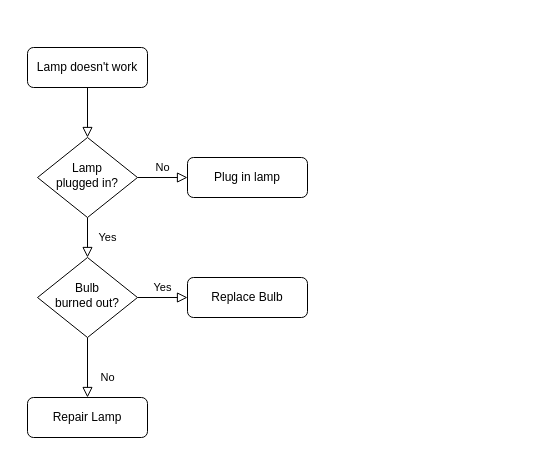
Before: Unbenanntes Diagramm.drawio in birrei/lernen, a draw.io diagram. Source tidied: cells renumbered, new cells numbered last; positions are measured from the earlier drawing's top-left corner, leaving out a move shared by most shapes. Both pictures are drawn from the tidied source at 100%, with x=0, y=0 at pixel (27, 47).
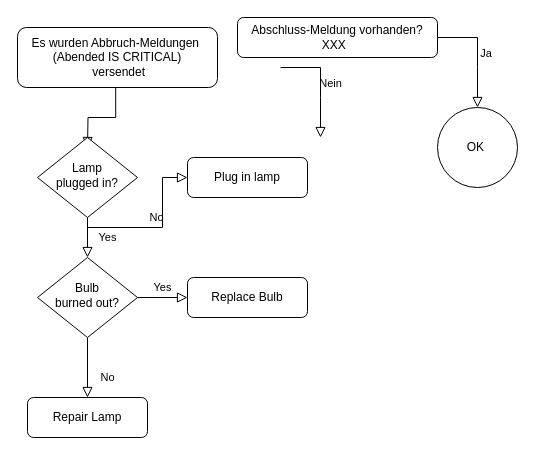
The same diagram, later.

Unchanged cells that the change refers to:
```xml
<mxCell id="6" value="Lamp&lt;br&gt;plugged in?" style="rhombus;whiteSpace=wrap;html=1;shadow=0;fontFamily=Helvetica;fontSize=12;align=center;strokeWidth=1;spacing=6;spacingTop=-4;" parent="1" vertex="1">
  <mxGeometry x="10" y="90" width="100" height="80" as="geometry" />
</mxCell>
<mxCell id="7" value="Plug in lamp" style="rounded=1;whiteSpace=wrap;html=1;fontSize=12;glass=0;strokeWidth=1;shadow=0;" parent="1" vertex="1">
  <mxGeometry x="160" y="110" width="120" height="40" as="geometry" />
</mxCell>
```

The edit, as a diff of the source:
```diff
@@
-    <mxCell id="2" style="rounded=0;html=1;jettySize=auto;fontSize=11;endArrow=block;endFill=0;endSize=8;strokeWidth=1;shadow=0;labelBackgroundColor=none;edgeStyle=orthogonalEdgeStyle;" parent="1" edge="1" source="3" target="6">
-      <mxGeometry relative="1" as="geometry" />
+    <mxCell id="2" style="rounded=0;html=1;jettySize=auto;fontSize=11;endArrow=block;endFill=0;endSize=8;strokeWidth=1;shadow=0;labelBackgroundColor=none;edgeStyle=orthogonalEdgeStyle;exitX=0.491;exitY=0.931;exitDx=0;exitDy=0;exitPerimeter=0;" parent="1" edge="1" source="3">
+      <mxGeometry relative="1" as="geometry">
+        <mxPoint x="60" y="100" as="targetPoint" />
+      </mxGeometry>
     </mxCell>
-    <mxCell id="3" value="Lamp doesn't work" style="rounded=1;whiteSpace=wrap;html=1;fontSize=12;glass=0;strokeWidth=1;shadow=0;" parent="1" vertex="1">
-      <mxGeometry width="120" height="40" as="geometry" />
+    <mxCell id="3" value="Es wurden Abbruch-Meldungen&amp;nbsp; (Abended IS CRITICAL)&lt;br&gt;&amp;nbsp;versendet" style="rounded=1;whiteSpace=wrap;html=1;fontSize=12;glass=0;strokeWidth=1;shadow=0;" parent="1" vertex="1">
+      <mxGeometry x="-10" y="-20" width="200" height="60" as="geometry" />
     </mxCell>
@@
     <mxCell id="5" value="No" style="edgeStyle=orthogonalEdgeStyle;rounded=0;html=1;jettySize=auto;fontSize=11;endArrow=block;endFill=0;endSize=8;strokeWidth=1;shadow=0;labelBackgroundColor=none;" parent="1" edge="1" source="6" target="7">
-      <mxGeometry y="10" relative="1" as="geometry" />
+      <mxGeometry x="-0.01" y="10" relative="1" as="geometry">
+        <Array as="points">
+          <mxPoint x="60" y="180" />
+          <mxPoint x="135" y="180" />
+          <mxPoint x="135" y="130" />
+        </Array>
+      </mxGeometry>
     </mxCell>
@@
+    <mxCell id="13" value="Abschluss-Meldung vorhanden? XXX&amp;nbsp;&amp;nbsp;" style="rounded=1;whiteSpace=wrap;html=1;fontSize=12;glass=0;strokeWidth=1;shadow=0;" parent="1" vertex="1">
+      <mxGeometry x="210" y="-30" width="200" height="40" as="geometry" />
+    </mxCell>
+    <mxCell id="14" value="Ja&amp;nbsp;" style="rounded=0;html=1;jettySize=auto;fontSize=11;endArrow=block;endFill=0;endSize=8;strokeWidth=1;shadow=0;labelBackgroundColor=none;edgeStyle=orthogonalEdgeStyle;exitX=1;exitY=0.5;exitDx=0;exitDy=0;entryX=0.5;entryY=0;entryDx=0;entryDy=0;" parent="1" edge="1" source="13" target="15">
+      <mxGeometry x="0.01" y="10" relative="1" as="geometry">
+        <Array as="points">
+          <mxPoint x="450" y="20" />
+          <mxPoint x="450" y="50" />
+        </Array>
+      </mxGeometry>
+    </mxCell>
+    <mxCell id="15" value="OK&amp;nbsp;" style="ellipse;whiteSpace=wrap;html=1;" parent="1" vertex="1">
+      <mxGeometry x="410" y="60" width="80" height="80" as="geometry" />
+    </mxCell>
+    <mxCell id="16" value="Nein" style="rounded=0;html=1;jettySize=auto;orthogonalLoop=1;fontSize=11;endArrow=block;endFill=0;endSize=8;strokeWidth=1;shadow=0;labelBackgroundColor=none;edgeStyle=orthogonalEdgeStyle;exitX=1;exitY=0.5;exitDx=0;exitDy=0;entryX=0.5;entryY=0;entryDx=0;entryDy=0;" parent="1" edge="1">
+      <mxGeometry x="0.01" y="10" relative="1" as="geometry">
+        <mxPoint x="253" y="20" as="sourcePoint" />
+        <mxPoint x="293" y="90" as="targetPoint" />
+        <Array as="points">
+          <mxPoint x="293" y="50" />
+          <mxPoint x="293" y="80" />
+        </Array>
+      </mxGeometry>
+    </mxCell>
```
